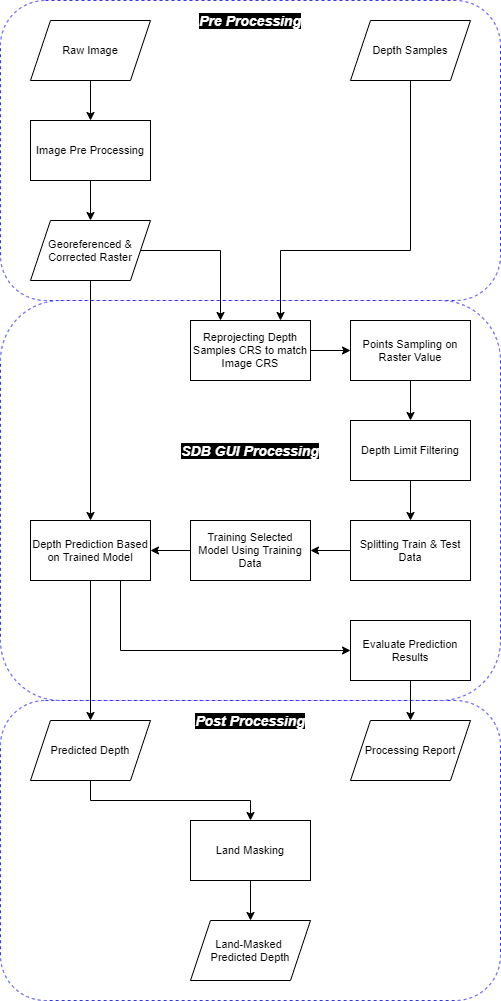
Above: workflow_sdb_gui.png in rifqiharrys/sdb_gui (draw.io), before the change. Source tidied: cells renumbered, new cells last; positions are measured from the earlier drawing's top-left corner, leaving out a move shared by most shapes.
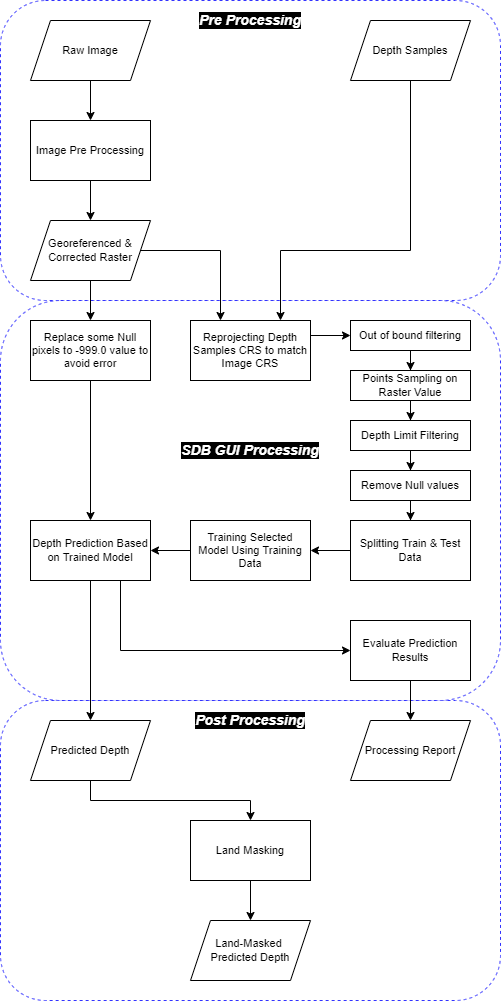
Later version of the same file.

Commit message:
update detailed workflow

What changed in the source:
```diff
@@ -14,24 +14,21 @@
     <mxCell id="5" style="edgeStyle=orthogonalEdgeStyle;rounded=0;jettySize=auto;html=1;fontSize=11;entryX=0.25;entryY=0;entryDx=0;entryDy=0;" parent="1" edge="1" source="7" target="12">
       <mxGeometry relative="1" as="geometry" />
     </mxCell>
-    <mxCell id="6" style="edgeStyle=orthogonalEdgeStyle;rounded=0;jettySize=auto;html=1;" parent="1" edge="1" source="7" target="32">
-      <mxGeometry relative="1" as="geometry" />
-    </mxCell>
+    <mxCell id="38" style="edgeStyle=orthogonalEdgeStyle;rounded=0;jettySize=auto;html=1;" parent="1" edge="1" source="7" target="41">
+      <mxGeometry relative="1" as="geometry" />
+    </mxCell>
     <mxCell id="7" value="Georeferenced &amp;amp; Corrected Raster" style="shape=parallelogram;perimeter=parallelogramPerimeter;whiteSpace=wrap;html=1;fixedSize=1;fontSize=11;" parent="1" vertex="1">
       <mxGeometry x="30" y="220" width="120" height="60" as="geometry" />
     </mxCell>
-    <mxCell id="8" style="edgeStyle=orthogonalEdgeStyle;rounded=0;jettySize=auto;html=1;" parent="1" edge="1" source="37" target="26">
-      <mxGeometry relative="1" as="geometry" />
-    </mxCell>
     <mxCell id="9" style="edgeStyle=orthogonalEdgeStyle;rounded=0;jettySize=auto;html=1;fontSize=11;" parent="1" edge="1" source="10" target="7">
       <mxGeometry relative="1" as="geometry" />
     </mxCell>
     <mxCell id="10" value="Image Pre Processing" style="rounded=0;whiteSpace=wrap;html=1;fontSize=11;" parent="1" vertex="1">
       <mxGeometry x="30" y="120" width="120" height="60" as="geometry" />
     </mxCell>
-    <mxCell id="11" style="edgeStyle=orthogonalEdgeStyle;rounded=0;jettySize=auto;html=1;fontSize=11;" parent="1" edge="1" source="12" target="37">
-      <mxGeometry relative="1" as="geometry" />
-    </mxCell>
+    <mxCell id="39" style="edgeStyle=orthogonalEdgeStyle;rounded=0;jettySize=auto;html=1;exitX=1;exitY=0.25;exitDx=0;exitDy=0;entryX=0;entryY=0.5;entryDx=0;entryDy=0;" parent="1" edge="1" source="12" target="43">
+      <mxGeometry relative="1" as="geometry" />
+    </mxCell>
     <mxCell id="12" value="Reprojecting Depth Samples CRS to match Image CRS" style="rounded=0;whiteSpace=wrap;html=1;fontSize=11;" parent="1" vertex="1">
       <mxGeometry x="190" y="320" width="120" height="60" as="geometry" />
     </mxCell>
@@ -76,13 +73,7 @@
     <mxCell id="24" value="Land-Masked &lt;br&gt;Predicted Depth" style="shape=parallelogram;perimeter=parallelogramPerimeter;whiteSpace=wrap;html=1;fixedSize=1;fontSize=11;" parent="1" vertex="1">
       <mxGeometry x="190" y="920" width="120" height="60" as="geometry" />
     </mxCell>
-    <mxCell id="25" style="edgeStyle=orthogonalEdgeStyle;rounded=0;jettySize=auto;html=1;" parent="1" edge="1" source="26" target="28">
-      <mxGeometry relative="1" as="geometry" />
-    </mxCell>
-    <mxCell id="26" value="Depth Limit Filtering" style="rounded=0;whiteSpace=wrap;html=1;fontSize=11;" parent="1" vertex="1">
-      <mxGeometry x="350" y="420" width="120" height="60" as="geometry" />
-    </mxCell>
-    <mxCell id="27" style="edgeStyle=orthogonalEdgeStyle;rounded=0;jettySize=auto;html=1;" parent="1" edge="1" source="28" target="30">
+    <mxCell id="27" style="edgeStyle=orthogonalEdgeStyle;rounded=0;jettySize=auto;html=1;exitX=0;exitY=0.5;exitDx=0;exitDy=0;entryX=1;entryY=0.5;entryDx=0;entryDy=0;" parent="1" edge="1" source="28" target="30">
       <mxGeometry relative="1" as="geometry" />
     </mxCell>
     <mxCell id="28" value="Splitting Train &amp;amp; Test Data" style="rounded=0;whiteSpace=wrap;html=1;fontSize=11;" parent="1" vertex="1">
@@ -112,8 +103,35 @@
     <mxCell id="36" value="&lt;span style=&quot;font-size: 14px;&quot;&gt;Post Processing&lt;/span&gt;" style="text;html=1;strokeColor=none;fillColor=none;align=center;verticalAlign=middle;whiteSpace=wrap;rounded=0;dashed=1;fontStyle=3;labelBackgroundColor=#000000;fontColor=#FFFFFF;fontSize=14;" parent="1" vertex="1">
       <mxGeometry x="180" y="710" width="140" height="20" as="geometry" />
     </mxCell>
+    <mxCell id="40" style="edgeStyle=orthogonalEdgeStyle;rounded=0;jettySize=auto;html=1;exitX=0.5;exitY=1;exitDx=0;exitDy=0;" parent="1" edge="1" source="41" target="32">
+      <mxGeometry relative="1" as="geometry" />
+    </mxCell>
+    <mxCell id="41" value="Replace some Null pixels to -999.0 value to avoid error" style="rounded=0;whiteSpace=wrap;html=1;fontSize=11;" parent="1" vertex="1">
+      <mxGeometry x="30" y="320" width="120" height="60" as="geometry" />
+    </mxCell>
+    <mxCell id="42" style="edgeStyle=orthogonalEdgeStyle;rounded=0;jettySize=auto;html=1;exitX=0.5;exitY=1;exitDx=0;exitDy=0;" parent="1" edge="1" source="43" target="37">
+      <mxGeometry relative="1" as="geometry" />
+    </mxCell>
+    <mxCell id="43" value="Out of bound filtering" style="rounded=0;whiteSpace=wrap;html=1;fontSize=11;" parent="1" vertex="1">
+      <mxGeometry x="350" y="320" width="120" height="30" as="geometry" />
+    </mxCell>
+    <mxCell id="44" style="edgeStyle=orthogonalEdgeStyle;rounded=0;jettySize=auto;html=1;exitX=0.5;exitY=1;exitDx=0;exitDy=0;" parent="1" edge="1" source="45" target="28">
+      <mxGeometry relative="1" as="geometry" />
+    </mxCell>
+    <mxCell id="45" value="Remove Null values" style="rounded=0;whiteSpace=wrap;html=1;fontSize=11;" parent="1" vertex="1">
+      <mxGeometry x="350" y="470" width="120" height="30" as="geometry" />
+    </mxCell>
+    <mxCell id="8" style="edgeStyle=orthogonalEdgeStyle;rounded=0;jettySize=auto;html=1;exitX=0.5;exitY=1;exitDx=0;exitDy=0;" parent="1" edge="1" source="37" target="26">
+      <mxGeometry relative="1" as="geometry" />
+    </mxCell>
     <mxCell id="37" value="Points Sampling on Raster Value" style="rounded=0;whiteSpace=wrap;html=1;fontSize=11;" parent="1" vertex="1">
-      <mxGeometry x="350" y="320" width="120" height="60" as="geometry" />
+      <mxGeometry x="350" y="370" width="120" height="30" as="geometry" />
     </mxCell>
+    <mxCell id="46" style="edgeStyle=orthogonalEdgeStyle;rounded=0;jettySize=auto;html=1;exitX=0.5;exitY=1;exitDx=0;exitDy=0;" parent="1" edge="1" source="26" target="45">
+      <mxGeometry relative="1" as="geometry" />
+    </mxCell>
+    <mxCell id="26" value="Depth Limit Filtering" style="rounded=0;whiteSpace=wrap;html=1;fontSize=11;" parent="1" vertex="1">
+      <mxGeometry x="350" y="420" width="120" height="30" as="geometry" />
+    </mxCell>
   </root>
 </mxGraphModel>
```
